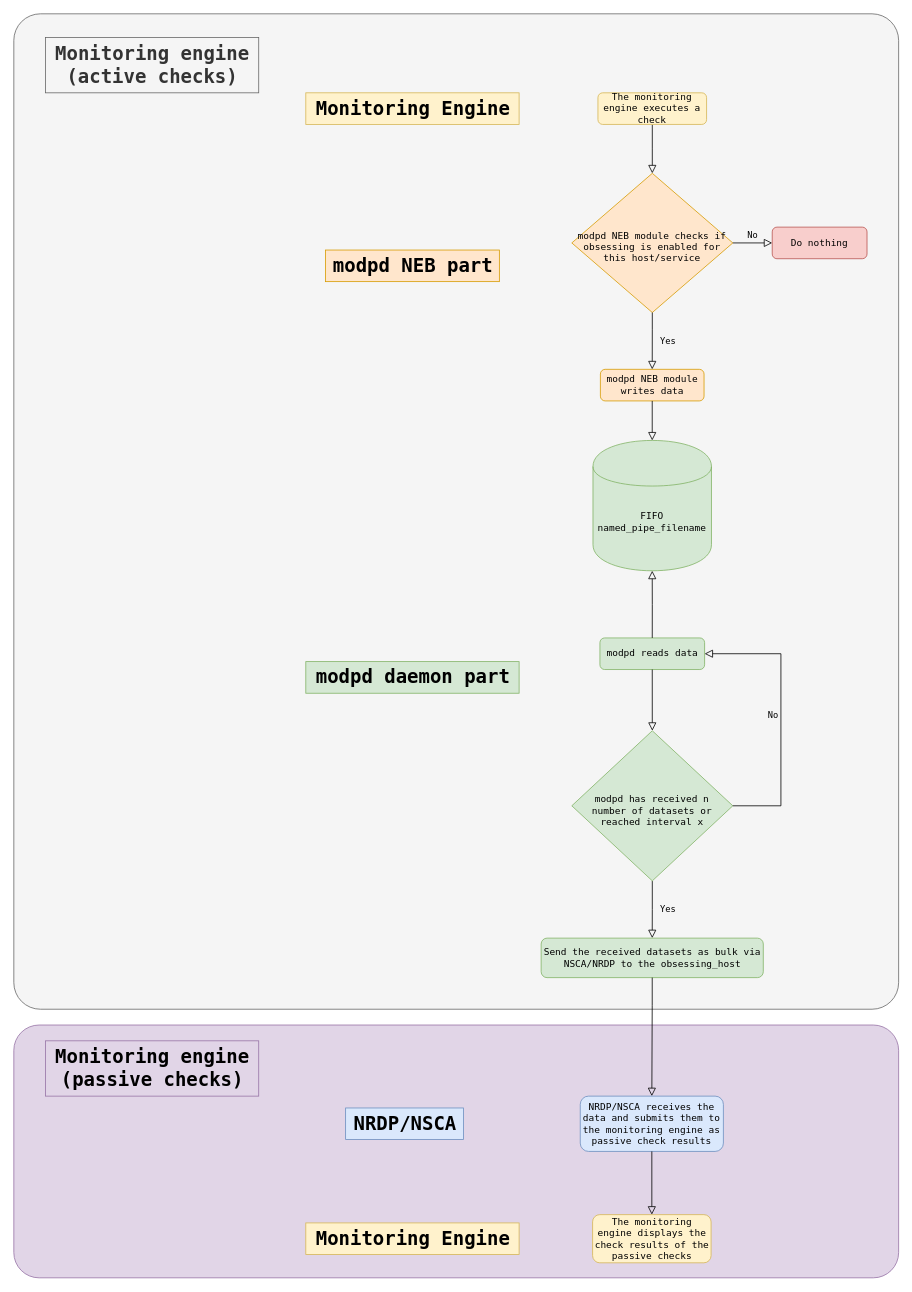
The draw.io diagram images/modpd.drawio in ccztux/modpd, before the edit. Source tidied: cells renumbered, new cells numbered last; positions are measured from the earlier drawing's top-left corner, leaving out a move shared by most shapes. Both pictures are drawn from the tidied source at 79%, with x=0, y=0 at pixel (13, 13).
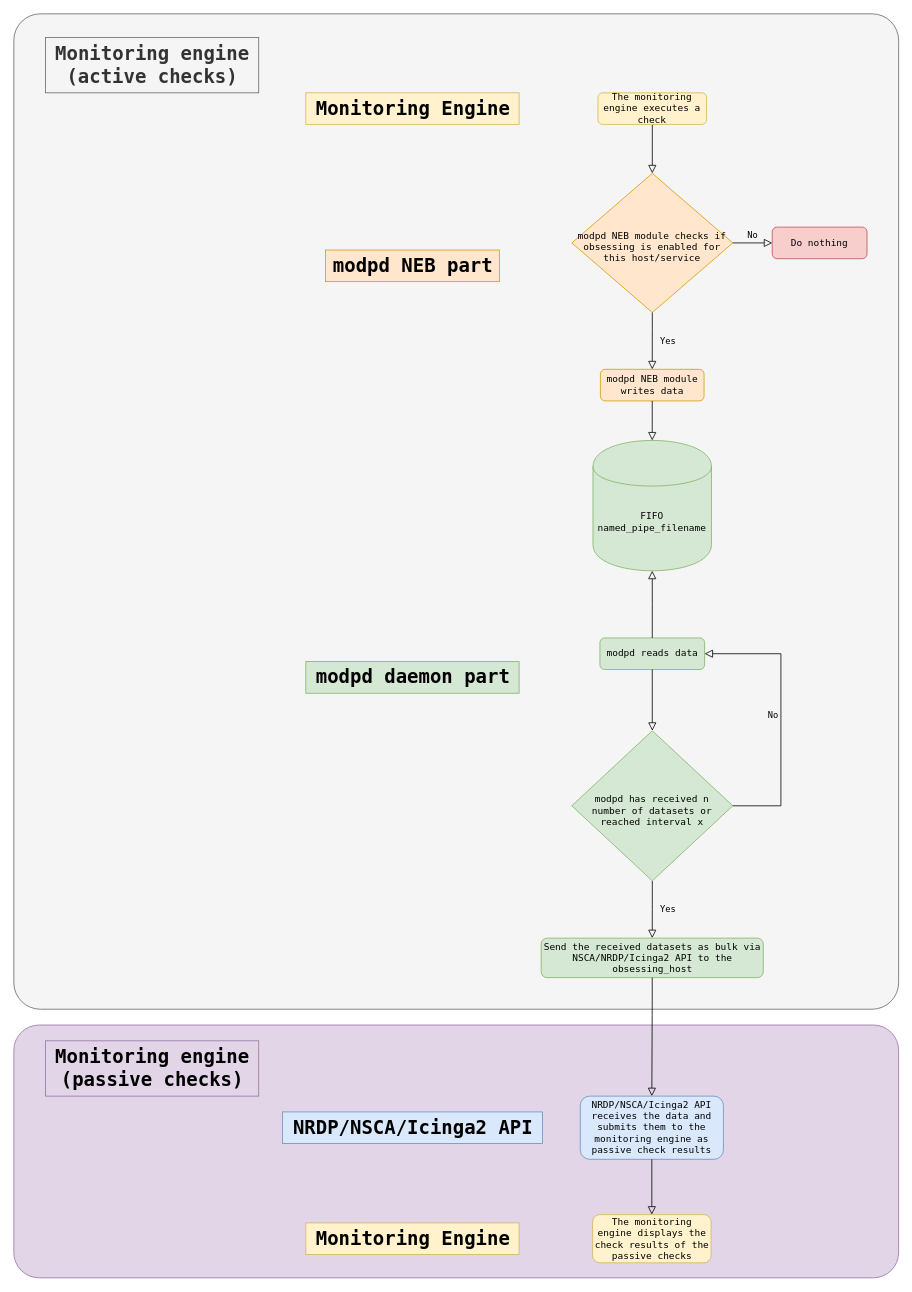
Above is the later version.

The change refers to these unchanged cells:
```xml
<mxCell id="23" value="The monitoring engine displays the check results of the passive checks" style="rounded=1;whiteSpace=wrap;html=1;fontSize=12;glass=0;strokeWidth=1;shadow=0;fontFamily=Lucida Console;fillColor=#fff2cc;strokeColor=#d6b656;" parent="1" vertex="1">
  <mxGeometry x="732.6" y="1520" width="150" height="61" as="geometry" />
</mxCell>
```

The edit, as a diff of the source:
```diff
@@
-    <mxCell id="14" value="&lt;div&gt;&lt;br&gt;&lt;/div&gt;&lt;div&gt;Send the received datasets as bulk via NSCA/NRDP to the obsessing_host&lt;/div&gt;&lt;div&gt;&lt;br&gt;&lt;/div&gt;" style="rounded=1;whiteSpace=wrap;html=1;fontSize=12;glass=0;strokeWidth=1;shadow=0;fontFamily=Lucida Console;fillColor=#d5e8d4;strokeColor=#82b366;" parent="1" vertex="1">
+    <mxCell id="14" value="&lt;div&gt;&lt;br&gt;&lt;/div&gt;&lt;div&gt;Send the received datasets as bulk via NSCA/NRDP/Icinga2 API to the obsessing_host&lt;/div&gt;&lt;div&gt;&lt;br&gt;&lt;/div&gt;" style="rounded=1;whiteSpace=wrap;html=1;fontSize=12;glass=0;strokeWidth=1;shadow=0;fontFamily=Lucida Console;fillColor=#d5e8d4;strokeColor=#82b366;" parent="1" vertex="1">
       <mxGeometry x="667.5" y="1170" width="281.2" height="50" as="geometry" />
     </mxCell>
@@
-    <mxCell id="25" value="NRDP/NSCA" style="text;strokeColor=#6c8ebf;fillColor=#dae8fc;html=1;fontSize=24;fontStyle=1;verticalAlign=middle;align=center;fontFamily=Lucida Console;" parent="1" vertex="1">
-      <mxGeometry x="420" y="1385" width="149.2" height="40" as="geometry" />
+    <mxCell id="25" value="NRDP/NSCA/Icinga2 API" style="text;strokeColor=#6c8ebf;fillColor=#dae8fc;html=1;fontSize=24;fontStyle=1;verticalAlign=middle;align=center;fontFamily=Lucida Console;" parent="1" vertex="1">
+      <mxGeometry x="340" y="1390" width="329.2" height="40" as="geometry" />
     </mxCell>
-    <mxCell id="26" value="NRDP/NSCA receives the data and submits them to the monitoring engine as passive check results" style="rounded=1;whiteSpace=wrap;html=1;fontSize=12;glass=0;strokeWidth=1;shadow=0;fontFamily=Lucida Console;fillColor=#dae8fc;strokeColor=#6c8ebf;" parent="1" vertex="1">
-      <mxGeometry x="717" y="1370" width="181.2" height="70" as="geometry" />
+    <mxCell id="26" value="NRDP/NSCA/Icinga2 API receives the data and submits them to the monitoring engine as passive check results" style="rounded=1;whiteSpace=wrap;html=1;fontSize=12;glass=0;strokeWidth=1;shadow=0;fontFamily=Lucida Console;fillColor=#dae8fc;strokeColor=#6c8ebf;" parent="1" vertex="1">
+      <mxGeometry x="717" y="1370" width="181.2" height="80" as="geometry" />
     </mxCell>
     <mxCell id="27" style="rounded=0;html=1;jettySize=auto;fontSize=11;endArrow=block;endFill=0;endSize=8;strokeWidth=1;shadow=0;labelBackgroundColor=none;edgeStyle=orthogonalEdgeStyle;fontFamily=Lucida Console;entryX=0.5;entryY=0;entryDx=0;entryDy=0;exitX=0.5;exitY=1;exitDx=0;exitDy=0;" parent="1" edge="1" source="26" target="23">
-      <mxGeometry relative="1" as="geometry" />
+      <mxGeometry relative="1" as="geometry">
+        <Array as="points">
+          <mxPoint x="808" y="1470" />
+          <mxPoint x="808" y="1470" />
+        </Array>
+      </mxGeometry>
     </mxCell>
```
